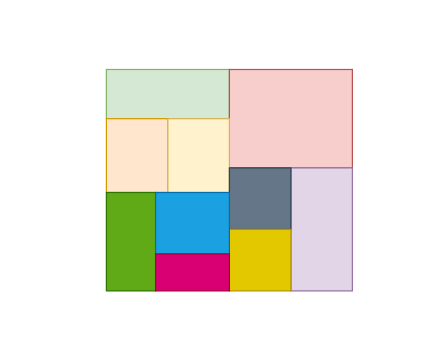
Earlier version of the draw.io diagram blog/bigworld-load-balance-cell-split-10.drawio (antsmallant/MyDraw). Source tidied: cells renumbered, new cells numbered last; positions are measured from the earlier drawing's top-left corner, leaving out a move shared by most shapes. Both pictures are drawn from the tidied source at 123%, with x=0, y=0 at pixel (20, 20).
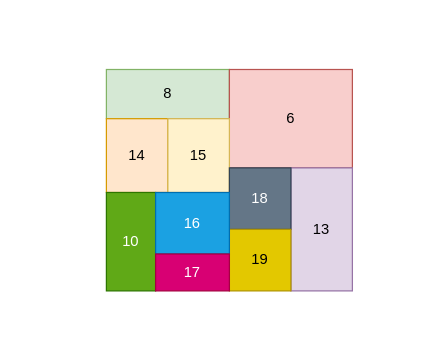
After the change.

The edit, as a diff of the source:
```diff
@@
 <mxGraphModel>
   <root>
     <mxCell id="0" />
     <mxCell id="1" parent="0" />
-    <mxCell id="2" style="rounded=0;whiteSpace=wrap;html=1;fillColor=#d5e8d4;strokeColor=#82b366;" parent="1" vertex="1">
+    <mxCell id="2" value="8" style="rounded=0;whiteSpace=wrap;html=1;fillColor=#d5e8d4;strokeColor=#82b366;" parent="1" vertex="1">
       <mxGeometry x="70" y="40" width="100" height="40" as="geometry" />
     </mxCell>
-    <mxCell id="3" style="rounded=0;whiteSpace=wrap;html=1;fillColor=#f8cecc;strokeColor=#b85450;" parent="1" vertex="1">
+    <mxCell id="3" value="6" style="rounded=0;whiteSpace=wrap;html=1;fillColor=#f8cecc;strokeColor=#b85450;" parent="1" vertex="1">
       <mxGeometry x="170" y="40" width="100" height="80" as="geometry" />
     </mxCell>
-    <mxCell id="4" style="rounded=0;whiteSpace=wrap;html=1;fillColor=#ffe6cc;strokeColor=#d79b00;" parent="1" vertex="1">
+    <mxCell id="4" value="14" style="rounded=0;whiteSpace=wrap;html=1;fillColor=#ffe6cc;strokeColor=#d79b00;" parent="1" vertex="1">
       <mxGeometry x="70" y="80" width="50" height="60" as="geometry" />
     </mxCell>
-    <mxCell id="5" style="rounded=0;whiteSpace=wrap;html=1;fillColor=#fff2cc;strokeColor=#d6b656;" parent="1" vertex="1">
+    <mxCell id="5" value="15" style="rounded=0;whiteSpace=wrap;html=1;fillColor=#fff2cc;strokeColor=#d6b656;" parent="1" vertex="1">
       <mxGeometry x="120" y="80" width="50" height="60" as="geometry" />
     </mxCell>
-    <mxCell id="6" style="rounded=0;whiteSpace=wrap;html=1;fillColor=#e1d5e7;strokeColor=#9673a6;" parent="1" vertex="1">
+    <mxCell id="6" value="13" style="rounded=0;whiteSpace=wrap;html=1;fillColor=#e1d5e7;strokeColor=#9673a6;" parent="1" vertex="1">
       <mxGeometry x="220" y="120" width="50" height="100" as="geometry" />
     </mxCell>
-    <mxCell id="7" style="rounded=0;whiteSpace=wrap;html=1;fillColor=#647687;fontColor=#ffffff;strokeColor=#314354;" parent="1" vertex="1">
+    <mxCell id="7" value="18" style="rounded=0;whiteSpace=wrap;html=1;fillColor=#647687;fontColor=#ffffff;strokeColor=#314354;" parent="1" vertex="1">
       <mxGeometry x="170" y="120" width="50" height="50" as="geometry" />
     </mxCell>
-    <mxCell id="8" style="rounded=0;whiteSpace=wrap;html=1;fillColor=#e3c800;fontColor=#000000;strokeColor=#B09500;" parent="1" vertex="1">
+    <mxCell id="8" value="19" style="rounded=0;whiteSpace=wrap;html=1;fillColor=#e3c800;fontColor=#000000;strokeColor=#B09500;" parent="1" vertex="1">
       <mxGeometry x="170" y="170" width="50" height="50" as="geometry" />
     </mxCell>
-    <mxCell id="9" style="rounded=0;whiteSpace=wrap;html=1;fillColor=#60a917;fontColor=#ffffff;strokeColor=#2D7600;" parent="1" vertex="1">
+    <mxCell id="9" value="10" style="rounded=0;whiteSpace=wrap;html=1;fillColor=#60a917;fontColor=#ffffff;strokeColor=#2D7600;" parent="1" vertex="1">
       <mxGeometry x="70" y="140" width="40" height="80" as="geometry" />
     </mxCell>
-    <mxCell id="10" style="rounded=0;whiteSpace=wrap;html=1;fillColor=#1ba1e2;fontColor=#ffffff;strokeColor=#006EAF;" parent="1" vertex="1">
+    <mxCell id="10" value="16" style="rounded=0;whiteSpace=wrap;html=1;fillColor=#1ba1e2;fontColor=#ffffff;strokeColor=#006EAF;" parent="1" vertex="1">
       <mxGeometry x="110" y="140" width="60" height="50" as="geometry" />
     </mxCell>
-    <mxCell id="11" style="rounded=0;whiteSpace=wrap;html=1;fillColor=#d80073;fontColor=#ffffff;strokeColor=#A50040;" parent="1" vertex="1">
+    <mxCell id="11" value="17" style="rounded=0;whiteSpace=wrap;html=1;fillColor=#d80073;fontColor=#ffffff;strokeColor=#A50040;" parent="1" vertex="1">
       <mxGeometry x="110" y="190" width="60" height="30" as="geometry" />
     </mxCell>
-    <mxCell id="12" style="rounded=0;whiteSpace=wrap;html=1;fillColor=none;strokeColor=none;" parent="1" vertex="1">
-      <mxGeometry width="330" height="260" as="geometry" />
-    </mxCell>
   </root>
 </mxGraphModel>
```
